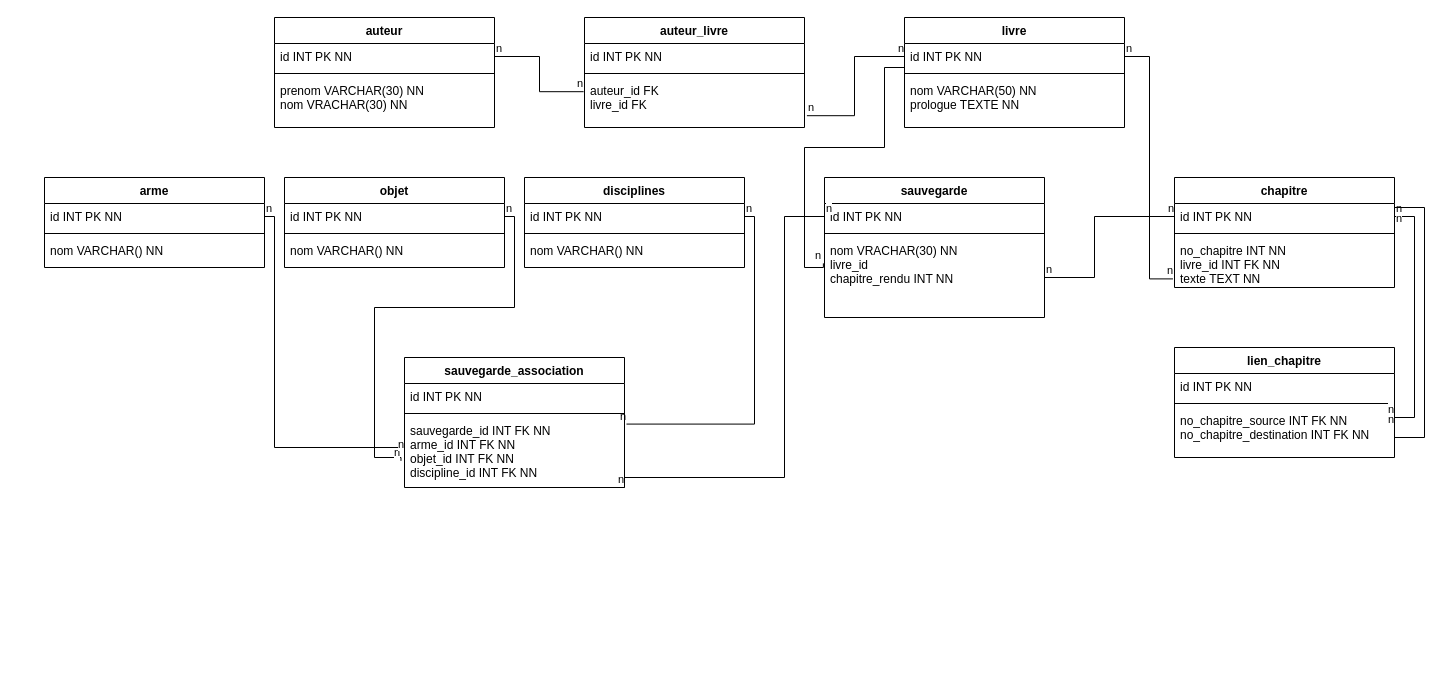
Before: dev/bd2_livre_hero-diagramme.drawio in 2137772-Lamarche-Felix/tp_bd2_antoine_felix, a draw.io diagram. Source tidied: cells renumbered, new cells numbered last; positions are measured from the earlier drawing's top-left corner, leaving out a move shared by most shapes. Both pictures are drawn from the tidied source at 100%, with x=0, y=0 at pixel (44, 17).
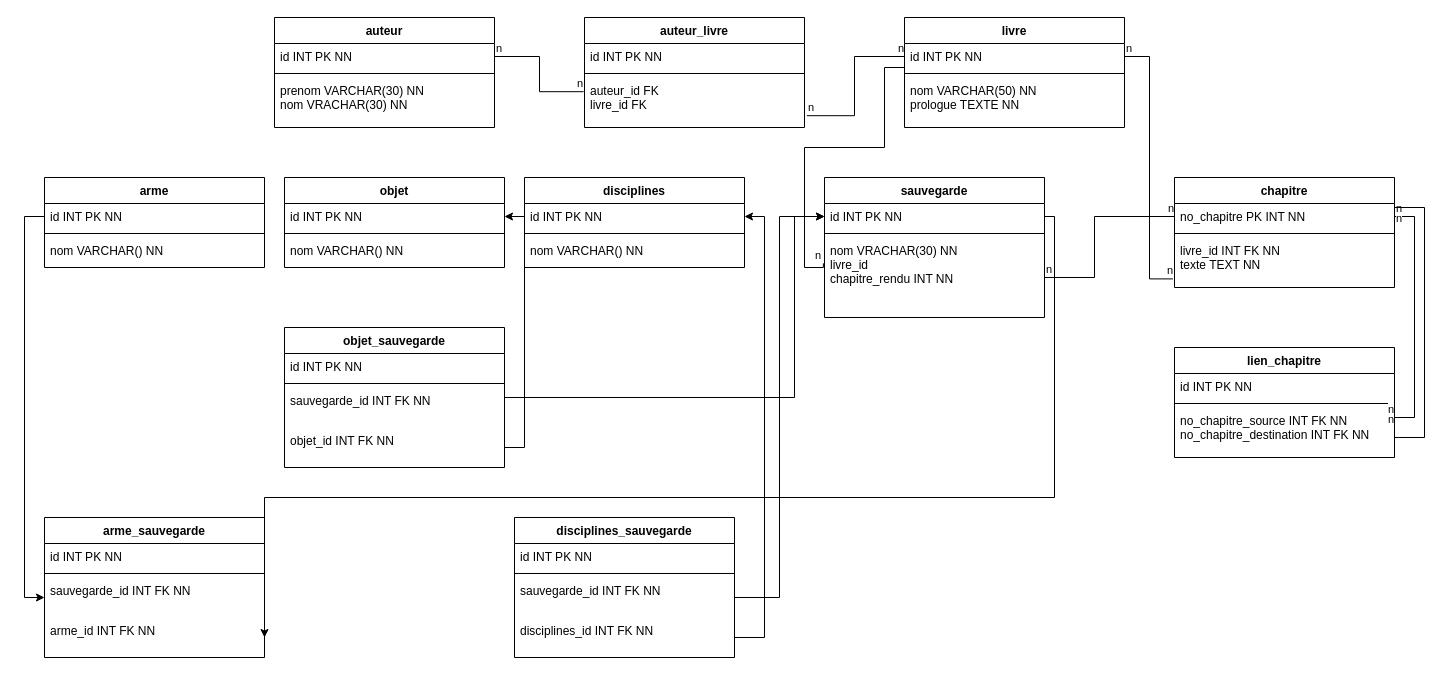
The same page after the edit.

Commit message (it also covers changes not shown here):
retirer fichier script et changement dans draw.io

Unchanged cells that the change refers to:
```xml
<mxCell id="2" value="chapitre" style="swimlane;fontStyle=1;align=center;verticalAlign=top;horizontal=1;startSize=26;" parent="1" vertex="1">
  <mxGeometry x="1130" y="160" width="220" height="110" as="geometry" />
</mxCell>
<mxCell id="28" value="id INT PK NN" style="text;strokeColor=none;fillColor=none;align=left;verticalAlign=top;spacingLeft=4;spacingRight=4;overflow=hidden;points=[[0,0.5],[1,0.5]];portConstraint=eastwest;" parent="27" vertex="1">
  <mxGeometry y="26" width="220" height="26" as="geometry" />
</mxCell>
<mxCell id="38" value="id INT PK NN" style="text;strokeColor=none;fillColor=none;align=left;verticalAlign=top;spacingLeft=4;spacingRight=4;overflow=hidden;points=[[0,0.5],[1,0.5]];portConstraint=eastwest;" parent="37" vertex="1">
  <mxGeometry y="26" width="220" height="26" as="geometry" />
</mxCell>
<mxCell id="42" value="id INT PK NN" style="text;strokeColor=none;fillColor=none;align=left;verticalAlign=top;spacingLeft=4;spacingRight=4;overflow=hidden;points=[[0,0.5],[1,0.5]];portConstraint=eastwest;" parent="41" vertex="1">
  <mxGeometry y="26" width="220" height="26" as="geometry" />
</mxCell>
<mxCell id="46" value="id INT PK NN" style="text;strokeColor=none;fillColor=none;align=left;verticalAlign=top;spacingLeft=4;spacingRight=4;overflow=hidden;points=[[0,0.5],[1,0.5]];portConstraint=eastwest;" parent="45" vertex="1">
  <mxGeometry y="26" width="220" height="26" as="geometry" />
</mxCell>
```

Change to the diagram source:
```diff
@@
-    <mxCell id="3" value="id INT PK NN" style="text;strokeColor=none;fillColor=none;align=left;verticalAlign=top;spacingLeft=4;spacingRight=4;overflow=hidden;points=[[0,0.5],[1,0.5]];portConstraint=eastwest;" parent="2" vertex="1">
+    <mxCell id="3" value="no_chapitre PK INT NN" style="text;strokeColor=none;fillColor=none;align=left;verticalAlign=top;spacingLeft=4;spacingRight=4;overflow=hidden;points=[[0,0.5],[1,0.5]];portConstraint=eastwest;" parent="2" vertex="1">
       <mxGeometry y="26" width="220" height="26" as="geometry" />
     </mxCell>
@@
-    <mxCell id="5" value="no_chapitre INT NN&#10;livre_id INT FK NN&#10;texte TEXT NN" style="text;strokeColor=none;fillColor=none;align=left;verticalAlign=top;spacingLeft=4;spacingRight=4;overflow=hidden;points=[[0,0.5],[1,0.5]];portConstraint=eastwest;" parent="2" vertex="1">
+    <mxCell id="5" value="livre_id INT FK NN&#10;texte TEXT NN" style="text;strokeColor=none;fillColor=none;align=left;verticalAlign=top;spacingLeft=4;spacingRight=4;overflow=hidden;points=[[0,0.5],[1,0.5]];portConstraint=eastwest;" parent="2" vertex="1">
       <mxGeometry y="60" width="220" height="50" as="geometry" />
     </mxCell>
@@
-    <mxCell id="49" style="endArrow=none;html=1;edgeStyle=orthogonalEdgeStyle;rounded=0;exitX=1;exitY=0.5;exitDx=0;exitDy=0;entryX=1.009;entryY=0.094;entryDx=0;entryDy=0;entryPerimeter=0;" parent="1" edge="1" source="38" target="61">
-      <mxGeometry relative="1" as="geometry" />
-    </mxCell>
-    <mxCell id="50" value="n" style="edgeLabel;html=1;align=left;verticalAlign=bottom;" parent="49" vertex="1">
-      <mxGeometry x="-1" relative="1" as="geometry" />
-    </mxCell>
-    <mxCell id="51" value="n" style="edgeLabel;html=1;align=right;verticalAlign=bottom;" parent="49" vertex="1">
-      <mxGeometry x="1" relative="1" as="geometry" />
-    </mxCell>
-    <mxCell id="52" style="endArrow=none;html=1;edgeStyle=orthogonalEdgeStyle;rounded=0;exitX=1;exitY=0.5;exitDx=0;exitDy=0;entryX=-0.016;entryY=0.62;entryDx=0;entryDy=0;entryPerimeter=0;" parent="1" edge="1" source="42" target="61">
-      <mxGeometry relative="1" as="geometry">
-        <Array as="points">
-          <mxPoint x="470" y="199" />
-          <mxPoint x="470" y="290" />
-          <mxPoint x="330" y="290" />
-          <mxPoint x="330" y="440" />
-          <mxPoint x="357" y="440" />
-        </Array>
-      </mxGeometry>
-    </mxCell>
-    <mxCell id="53" value="n" style="edgeLabel;html=1;align=left;verticalAlign=bottom;" parent="52" vertex="1">
-      <mxGeometry x="-1" relative="1" as="geometry" />
-    </mxCell>
-    <mxCell id="54" value="n" style="edgeLabel;html=1;align=right;verticalAlign=bottom;" parent="52" vertex="1">
-      <mxGeometry x="1" relative="1" as="geometry" />
-    </mxCell>
-    <mxCell id="55" style="endArrow=none;html=1;edgeStyle=orthogonalEdgeStyle;rounded=0;exitX=1;exitY=0.5;exitDx=0;exitDy=0;entryX=0;entryY=0.5;entryDx=0;entryDy=0;" parent="1" edge="1" source="46" target="61">
-      <mxGeometry relative="1" as="geometry">
-        <Array as="points">
-          <mxPoint x="230" y="199" />
-          <mxPoint x="230" y="430" />
-          <mxPoint x="360" y="430" />
-        </Array>
-      </mxGeometry>
-    </mxCell>
-    <mxCell id="56" value="n" style="edgeLabel;html=1;align=left;verticalAlign=bottom;" parent="55" vertex="1">
-      <mxGeometry x="-1" relative="1" as="geometry" />
-    </mxCell>
-    <mxCell id="57" value="n" style="edgeLabel;html=1;align=right;verticalAlign=bottom;" parent="55" vertex="1">
-      <mxGeometry x="1" relative="1" as="geometry" />
-    </mxCell>
-    <mxCell id="58" value="sauvegarde_association" style="swimlane;fontStyle=1;align=center;verticalAlign=top;horizontal=1;startSize=26;" parent="1" vertex="1">
-      <mxGeometry x="360" y="340" width="220" height="130" as="geometry" />
+    <mxCell id="58" value="arme_sauvegarde" style="swimlane;fontStyle=1;align=center;verticalAlign=top;horizontal=1;startSize=26;" parent="1" vertex="1">
+      <mxGeometry y="500" width="220" height="140" as="geometry" />
     </mxCell>
@@
-    <mxCell id="61" value="sauvegarde_id INT FK NN&#10;arme_id INT FK NN&#10;objet_id INT FK NN&#10;discipline_id INT FK NN" style="text;strokeColor=none;fillColor=none;align=left;verticalAlign=top;spacingLeft=4;spacingRight=4;overflow=hidden;points=[[0,0.5],[1,0.5]];portConstraint=eastwest;" parent="58" vertex="1">
-      <mxGeometry y="60" width="220" height="70" as="geometry" />
+    <mxCell id="61" value="sauvegarde_id INT FK NN" style="text;strokeColor=none;fillColor=none;align=left;verticalAlign=top;spacingLeft=4;spacingRight=4;overflow=hidden;points=[[0,0.5],[1,0.5]];portConstraint=eastwest;" parent="58" vertex="1">
+      <mxGeometry y="60" width="220" height="40" as="geometry" />
     </mxCell>
-    <mxCell id="62" style="endArrow=none;html=1;edgeStyle=orthogonalEdgeStyle;rounded=0;exitX=0;exitY=0.5;exitDx=0;exitDy=0;entryX=1;entryY=1;entryDx=0;entryDy=0;entryPerimeter=0;" parent="1" edge="1" source="28" target="61">
-      <mxGeometry relative="1" as="geometry">
-        <Array as="points">
-          <mxPoint x="740" y="199" />
-          <mxPoint x="740" y="460" />
-          <mxPoint x="580" y="460" />
-        </Array>
-      </mxGeometry>
-    </mxCell>
-    <mxCell id="63" value="n" style="edgeLabel;html=1;align=left;verticalAlign=bottom;" parent="62" vertex="1">
-      <mxGeometry x="-1" relative="1" as="geometry" />
-    </mxCell>
-    <mxCell id="64" value="n" style="edgeLabel;html=1;align=right;verticalAlign=bottom;" parent="62" vertex="1">
-      <mxGeometry x="1" relative="1" as="geometry" />
-    </mxCell>
+    <mxCell id="75" value="arme_id INT FK NN" style="text;strokeColor=none;fillColor=none;align=left;verticalAlign=top;spacingLeft=4;spacingRight=4;overflow=hidden;points=[[0,0.5],[1,0.5]];portConstraint=eastwest;" parent="58" vertex="1">
+      <mxGeometry y="100" width="220" height="40" as="geometry" />
+    </mxCell>
@@
+    <mxCell id="55" style="edgeStyle=orthogonalEdgeStyle;rounded=0;jettySize=auto;html=1;entryX=0;entryY=0.5;entryDx=0;entryDy=0;" parent="1" edge="1" source="46" target="61">
+      <mxGeometry relative="1" as="geometry" />
+    </mxCell>
+    <mxCell id="76" style="edgeStyle=orthogonalEdgeStyle;rounded=0;jettySize=auto;html=1;entryX=1;entryY=0.5;entryDx=0;entryDy=0;" parent="1" edge="1" source="28" target="75">
+      <mxGeometry relative="1" as="geometry">
+        <Array as="points">
+          <mxPoint x="1010" y="199" />
+          <mxPoint x="1010" y="480" />
+          <mxPoint x="220" y="480" />
+        </Array>
+      </mxGeometry>
+    </mxCell>
+    <mxCell id="77" value="objet_sauvegarde" style="swimlane;fontStyle=1;align=center;verticalAlign=top;horizontal=1;startSize=26;" parent="1" vertex="1">
+      <mxGeometry x="240" y="310" width="220" height="140" as="geometry" />
+    </mxCell>
+    <mxCell id="78" value="id INT PK NN" style="text;strokeColor=none;fillColor=none;align=left;verticalAlign=top;spacingLeft=4;spacingRight=4;overflow=hidden;" parent="77" vertex="1">
+      <mxGeometry y="26" width="220" height="26" as="geometry" />
+    </mxCell>
+    <mxCell id="79" style="line;strokeWidth=1;fillColor=none;align=left;verticalAlign=middle;spacingTop=-1;spacingLeft=3;spacingRight=3;labelPosition=right;strokeColor=inherit;" parent="77" vertex="1">
+      <mxGeometry y="52" width="220" height="8" as="geometry" />
+    </mxCell>
+    <mxCell id="80" value="sauvegarde_id INT FK NN" style="text;strokeColor=none;fillColor=none;align=left;verticalAlign=top;spacingLeft=4;spacingRight=4;overflow=hidden;points=[[0,0.5],[1,0.5]];portConstraint=eastwest;" parent="77" vertex="1">
+      <mxGeometry y="60" width="220" height="40" as="geometry" />
+    </mxCell>
+    <mxCell id="81" value="objet_id INT FK NN" style="text;strokeColor=none;fillColor=none;align=left;verticalAlign=top;spacingLeft=4;spacingRight=4;overflow=hidden;points=[[0,0.5],[1,0.5]];portConstraint=eastwest;" parent="77" vertex="1">
+      <mxGeometry y="100" width="220" height="40" as="geometry" />
+    </mxCell>
+    <mxCell id="82" style="edgeStyle=orthogonalEdgeStyle;rounded=0;jettySize=auto;html=1;entryX=0;entryY=0.5;entryDx=0;entryDy=0;" parent="1" edge="1" source="80" target="28">
+      <mxGeometry relative="1" as="geometry">
+        <Array as="points">
+          <mxPoint x="750" y="380" />
+          <mxPoint x="750" y="199" />
+        </Array>
+      </mxGeometry>
+    </mxCell>
+    <mxCell id="83" value="disciplines_sauvegarde" style="swimlane;fontStyle=1;align=center;verticalAlign=top;horizontal=1;startSize=26;" parent="1" vertex="1">
+      <mxGeometry x="470" y="500" width="220" height="140" as="geometry" />
+    </mxCell>
+    <mxCell id="84" value="id INT PK NN" style="text;strokeColor=none;fillColor=none;align=left;verticalAlign=top;spacingLeft=4;spacingRight=4;overflow=hidden;" parent="83" vertex="1">
+      <mxGeometry y="26" width="220" height="26" as="geometry" />
+    </mxCell>
+    <mxCell id="85" style="line;strokeWidth=1;fillColor=none;align=left;verticalAlign=middle;spacingTop=-1;spacingLeft=3;spacingRight=3;labelPosition=right;strokeColor=inherit;" parent="83" vertex="1">
+      <mxGeometry y="52" width="220" height="8" as="geometry" />
+    </mxCell>
+    <mxCell id="86" value="sauvegarde_id INT FK NN" style="text;strokeColor=none;fillColor=none;align=left;verticalAlign=top;spacingLeft=4;spacingRight=4;overflow=hidden;points=[[0,0.5],[1,0.5]];portConstraint=eastwest;" parent="83" vertex="1">
+      <mxGeometry y="60" width="220" height="40" as="geometry" />
+    </mxCell>
+    <mxCell id="87" value="disciplines_id INT FK NN" style="text;strokeColor=none;fillColor=none;align=left;verticalAlign=top;spacingLeft=4;spacingRight=4;overflow=hidden;points=[[0,0.5],[1,0.5]];portConstraint=eastwest;" parent="83" vertex="1">
+      <mxGeometry y="100" width="220" height="40" as="geometry" />
+    </mxCell>
+    <mxCell id="88" style="edgeStyle=orthogonalEdgeStyle;rounded=0;jettySize=auto;html=1;entryX=1;entryY=0.5;entryDx=0;entryDy=0;" parent="1" edge="1" source="87" target="38">
+      <mxGeometry relative="1" as="geometry" />
+    </mxCell>
+    <mxCell id="89" style="edgeStyle=orthogonalEdgeStyle;rounded=0;jettySize=auto;html=1;entryX=1;entryY=0.5;entryDx=0;entryDy=0;" parent="1" edge="1" source="81" target="42">
+      <mxGeometry relative="1" as="geometry">
+        <Array as="points">
+          <mxPoint x="480" y="430" />
+          <mxPoint x="480" y="199" />
+        </Array>
+      </mxGeometry>
+    </mxCell>
+    <mxCell id="90" style="edgeStyle=orthogonalEdgeStyle;rounded=0;jettySize=auto;html=1;entryX=0;entryY=0.5;entryDx=0;entryDy=0;" parent="1" edge="1" source="86" target="28">
+      <mxGeometry relative="1" as="geometry" />
+    </mxCell>
```
